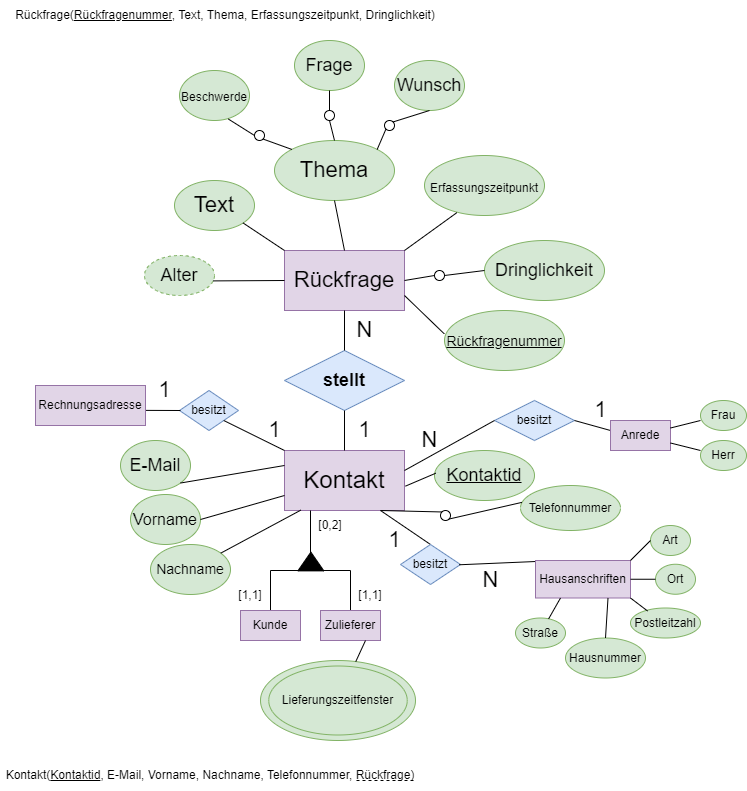
Before: beispiele/m3_11a_rueckfragen.png, a diagram exported from draw.io (moussaka-crypto/E-Canteen). Source tidied: cells renumbered, new cells last; positions are measured from the earlier drawing's top-left corner, leaving out a move shared by most shapes.
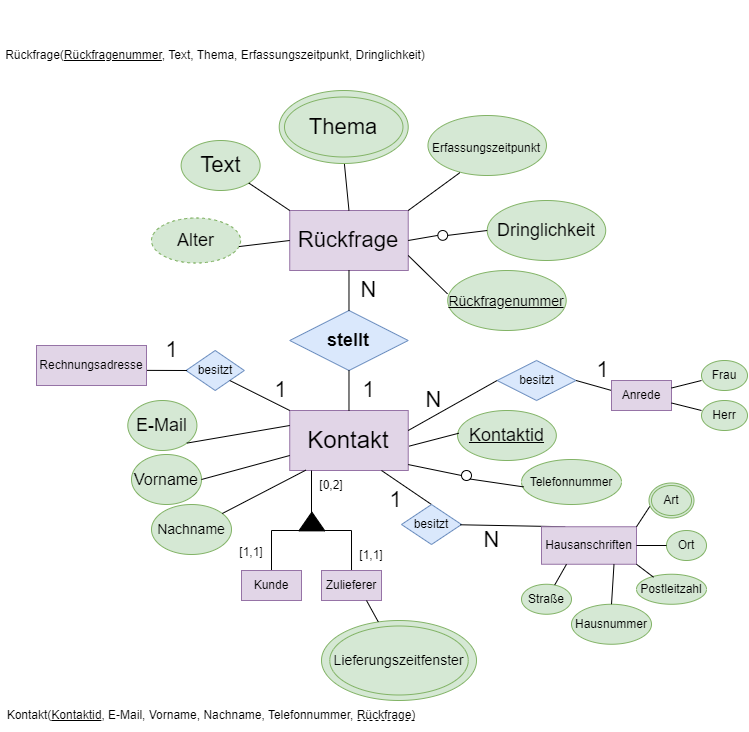
Later version of the same file.

What changed in the source:
```diff
@@ -4,16 +4,13 @@
     <mxCell id="1" parent="0" />
-    <mxCell id="2" value="Rückfrage(&lt;u&gt;Rückfragenummer&lt;/u&gt;, Text, Thema, Erfassungszeitpunkt, Dringlichkeit)" style="text;html=1;strokeColor=none;fillColor=none;align=center;verticalAlign=middle;whiteSpace=wrap;rounded=0;shadow=0;fontSize=12;" parent="1" vertex="1">
-      <mxGeometry x="10" width="430" height="30" as="geometry" />
-    </mxCell>
     <mxCell id="3" style="group;" parent="1" vertex="1">
-      <mxGeometry x="144" y="40" width="476" height="470" as="geometry" />
+      <mxGeometry x="150" y="40" width="470" height="470" as="geometry" />
     </mxCell>
     <mxCell id="4" value="&lt;font style=&quot;font-size: 22px;&quot;&gt;Rückfrage&lt;/font&gt;" style="rounded=0;whiteSpace=wrap;html=1;fillColor=#e1d5e7;strokeColor=#9673a6;" parent="3" vertex="1">
-      <mxGeometry x="140" y="210" width="120" height="60" as="geometry" />
+      <mxGeometry x="138.2" y="210" width="118.5" height="60" as="geometry" />
     </mxCell>
     <mxCell id="5" value="&lt;font style=&quot;font-size: 24px;&quot;&gt;Kontakt&lt;/font&gt;" style="rounded=0;whiteSpace=wrap;html=1;fillColor=#e1d5e7;strokeColor=#9673a6;" parent="3" vertex="1">
-      <mxGeometry x="140" y="410" width="120" height="60" as="geometry" />
+      <mxGeometry x="138.2" y="410" width="118.5" height="60" as="geometry" />
     </mxCell>
     <mxCell id="6" value="&lt;b&gt;&lt;font style=&quot;font-size: 18px;&quot;&gt;stellt&lt;/font&gt;&lt;/b&gt;" style="rhombus;whiteSpace=wrap;html=1;align=center;fillColor=#dae8fc;strokeColor=#6c8ebf;" parent="3" vertex="1">
-      <mxGeometry x="140" y="310" width="120" height="60" as="geometry" />
+      <mxGeometry x="138.2" y="310" width="118.5" height="60" as="geometry" />
     </mxCell>
@@ -24,3 +21,3 @@
       <mxGeometry relative="1" as="geometry">
-        <mxPoint x="200" y="310" as="sourcePoint" />
+        <mxPoint x="197.5" y="310" as="sourcePoint" />
       </mxGeometry>
@@ -28,21 +25,18 @@
     <mxCell id="9" value="1" style="text;html=1;align=center;verticalAlign=middle;strokeColor=none;fillColor=none;fontSize=22;" parent="3" vertex="1">
-      <mxGeometry x="200" y="370" width="40" height="40" as="geometry" />
+      <mxGeometry x="197.5" y="370" width="40" height="40" as="geometry" />
     </mxCell>
     <mxCell id="10" value="N" style="text;html=1;align=center;verticalAlign=middle;strokeColor=none;fillColor=none;fontSize=22;" parent="3" vertex="1">
-      <mxGeometry x="200" y="270" width="40" height="40" as="geometry" />
+      <mxGeometry x="197.5" y="270" width="40" height="40" as="geometry" />
     </mxCell>
     <mxCell id="11" value="Text" style="ellipse;whiteSpace=wrap;html=1;fontSize=22;fillColor=#d5e8d4;strokeColor=#82b366;" parent="3" vertex="1">
-      <mxGeometry x="30" y="140" width="80" height="50" as="geometry" />
+      <mxGeometry x="29.6" y="140" width="79" height="50" as="geometry" />
     </mxCell>
-    <mxCell id="12" value="Thema" style="ellipse;whiteSpace=wrap;html=1;fontSize=22;fillColor=#d5e8d4;strokeColor=#82b366;" parent="3" vertex="1">
-      <mxGeometry x="130" y="100" width="120" height="60" as="geometry" />
-    </mxCell>
     <mxCell id="13" value="&lt;font style=&quot;font-size: 12px;&quot;&gt;Erfassungszeitpunkt&lt;/font&gt;" style="ellipse;whiteSpace=wrap;html=1;fontSize=22;fillColor=#d5e8d4;strokeColor=#82b366;" parent="3" vertex="1">
-      <mxGeometry x="280" y="115" width="120" height="60" as="geometry" />
+      <mxGeometry x="276.5" y="115" width="118.5" height="60" as="geometry" />
     </mxCell>
     <mxCell id="14" value="&lt;font style=&quot;font-size: 18px;&quot;&gt;Dringlichkeit&lt;/font&gt;" style="ellipse;whiteSpace=wrap;html=1;fontSize=14;fillColor=#d5e8d4;strokeColor=#82b366;" parent="3" vertex="1">
-      <mxGeometry x="340" y="200" width="120" height="60" as="geometry" />
+      <mxGeometry x="335.7" y="200" width="118.5" height="60" as="geometry" />
     </mxCell>
     <mxCell id="15" style="ellipse;whiteSpace=wrap;html=1;fontSize=18;" parent="3" vertex="1">
-      <mxGeometry x="290" y="230" width="10" height="10" as="geometry" />
+      <mxGeometry x="286.3" y="230" width="9.8" height="9.8" as="geometry" />
     </mxCell>
@@ -55,3 +49,3 @@
     <mxCell id="18" value="&lt;font style=&quot;font-size: 14px;&quot;&gt;&lt;u&gt;Rückfragenummer&lt;/u&gt;&lt;/font&gt;" style="ellipse;whiteSpace=wrap;html=1;fontSize=18;fillColor=#d5e8d4;strokeColor=#82b366;" parent="3" vertex="1">
-      <mxGeometry x="300" y="270" width="120" height="60" as="geometry" />
+      <mxGeometry x="296.2" y="270" width="118.5" height="60" as="geometry" />
     </mxCell>
@@ -61,3 +55,3 @@
     <mxCell id="20" value="&lt;font style=&quot;font-size: 18px;&quot;&gt;Alter&lt;/font&gt;" style="ellipse;whiteSpace=wrap;html=1;fontSize=14;shadow=0;dashed=1;fillColor=#d5e8d4;strokeColor=#82b366;" parent="3" vertex="1">
-      <mxGeometry y="215" width="70" height="40" as="geometry" />
+      <mxGeometry y="217.5" width="89.1" height="45" as="geometry" />
     </mxCell>
@@ -75,43 +69,4 @@
     </mxCell>
-    <mxCell id="25" value="&lt;font style=&quot;font-size: 12px;&quot;&gt;Beschwerde&lt;/font&gt;" style="ellipse;whiteSpace=wrap;html=1;shadow=0;fontSize=18;fillColor=#d5e8d4;strokeColor=#82b366;" parent="3" vertex="1">
-      <mxGeometry x="35" y="30" width="70" height="50" as="geometry" />
-    </mxCell>
-    <mxCell id="26" value="Frage" style="ellipse;whiteSpace=wrap;html=1;shadow=0;fontSize=18;fillColor=#d5e8d4;strokeColor=#82b366;" parent="3" vertex="1">
-      <mxGeometry x="150" width="70" height="50" as="geometry" />
-    </mxCell>
-    <mxCell id="27" value="Wunsch" style="ellipse;whiteSpace=wrap;html=1;shadow=0;fontSize=18;fillColor=#d5e8d4;strokeColor=#82b366;" parent="3" vertex="1">
-      <mxGeometry x="250" y="20" width="70" height="50" as="geometry" />
-    </mxCell>
-    <mxCell id="28" style="ellipse;whiteSpace=wrap;html=1;fontSize=18;" parent="3" vertex="1">
-      <mxGeometry x="240" y="80" width="10" height="10" as="geometry" />
-    </mxCell>
-    <mxCell id="29" style="ellipse;whiteSpace=wrap;html=1;fontSize=18;" parent="3" vertex="1">
-      <mxGeometry x="180" y="70" width="10" height="10" as="geometry" />
-    </mxCell>
-    <mxCell id="30" style="group;" parent="3" vertex="1">
-      <mxGeometry x="110" y="90" width="10" height="10" as="geometry" />
-    </mxCell>
-    <mxCell id="31" style="ellipse;whiteSpace=wrap;html=1;fontSize=18;" parent="30" vertex="1">
-      <mxGeometry width="10" height="10" as="geometry" />
-    </mxCell>
-    <mxCell id="32" style="endArrow=none;html=1;rounded=0;fontSize=12;entryX=0.5;entryY=1;entryDx=0;entryDy=0;exitX=0.5;exitY=0;exitDx=0;exitDy=0;" parent="3" edge="1" source="12" target="29">
-      <mxGeometry relative="1" as="geometry" />
-    </mxCell>
-    <mxCell id="33" style="endArrow=none;html=1;rounded=0;fontSize=12;entryX=0.5;entryY=1;entryDx=0;entryDy=0;exitX=0.5;exitY=0;exitDx=0;exitDy=0;" parent="3" edge="1" source="29" target="26">
-      <mxGeometry relative="1" as="geometry" />
-    </mxCell>
-    <mxCell id="34" style="endArrow=none;html=1;rounded=0;fontSize=12;entryX=0;entryY=1;entryDx=0;entryDy=0;exitX=1;exitY=0;exitDx=0;exitDy=0;" parent="3" edge="1" source="12" target="28">
-      <mxGeometry relative="1" as="geometry" />
-    </mxCell>
-    <mxCell id="35" style="endArrow=none;html=1;rounded=0;fontSize=12;entryX=0.5;entryY=1;entryDx=0;entryDy=0;exitX=1;exitY=0;exitDx=0;exitDy=0;" parent="3" edge="1" source="28" target="27">
-      <mxGeometry relative="1" as="geometry" />
-    </mxCell>
-    <mxCell id="36" style="endArrow=none;html=1;rounded=0;fontSize=12;entryX=0;entryY=0;entryDx=0;entryDy=0;exitX=1;exitY=1;exitDx=0;exitDy=0;" parent="3" edge="1" source="31" target="12">
-      <mxGeometry relative="1" as="geometry" />
-    </mxCell>
-    <mxCell id="37" style="endArrow=none;html=1;rounded=0;fontSize=12;entryX=0.698;entryY=0.971;entryDx=0;entryDy=0;entryPerimeter=0;exitX=0;exitY=0.5;exitDx=0;exitDy=0;" parent="3" edge="1" source="31" target="25">
-      <mxGeometry relative="1" as="geometry" />
-    </mxCell>
     <mxCell id="38" value="&lt;font style=&quot;font-size: 18px;&quot;&gt;E-Mail&lt;/font&gt;" style="ellipse;whiteSpace=wrap;html=1;shadow=0;fontSize=12;fillColor=#d5e8d4;strokeColor=#82b366;" parent="3" vertex="1">
-      <mxGeometry x="-24" y="400" width="70" height="50" as="geometry" />
+      <mxGeometry x="-23.7" y="400" width="69.1" height="50" as="geometry" />
     </mxCell>
@@ -121,3 +76,3 @@
     <mxCell id="40" value="&lt;font style=&quot;font-size: 18px;&quot;&gt;&lt;u&gt;Kontaktid&lt;/u&gt;&lt;/font&gt;" style="ellipse;whiteSpace=wrap;html=1;shadow=0;fontSize=12;fillColor=#d5e8d4;strokeColor=#82b366;" parent="3" vertex="1">
-      <mxGeometry x="290" y="410" width="100" height="50" as="geometry" />
+      <mxGeometry x="306.1" y="410" width="98.7" height="50" as="geometry" />
     </mxCell>
@@ -127,3 +82,3 @@
     <mxCell id="42" value="besitzt" style="rhombus;whiteSpace=wrap;html=1;shadow=0;fontSize=12;fillColor=#dae8fc;strokeColor=#6c8ebf;" parent="3" vertex="1">
-      <mxGeometry x="350" y="360" width="80" height="40" as="geometry" />
+      <mxGeometry x="345.6" y="360" width="79" height="40" as="geometry" />
     </mxCell>
@@ -131,4 +86,4 @@
       <mxGeometry relative="1" as="geometry">
-        <mxPoint x="430" y="380" as="sourcePoint" />
-        <mxPoint x="466" y="390" as="targetPoint" />
+        <mxPoint x="424.6" y="380" as="sourcePoint" />
+        <mxPoint x="460.1" y="390" as="targetPoint" />
       </mxGeometry>
@@ -137,3 +92,3 @@
       <mxGeometry relative="1" as="geometry">
-        <mxPoint x="260" y="430" as="sourcePoint" />
+        <mxPoint x="256.7" y="430" as="sourcePoint" />
       </mxGeometry>
@@ -141,9 +96,9 @@
     <mxCell id="45" value="1" style="text;html=1;align=center;verticalAlign=middle;strokeColor=none;fillColor=none;fontSize=22;" parent="3" vertex="1">
-      <mxGeometry x="436" y="350" width="40" height="40" as="geometry" />
+      <mxGeometry x="430.5" y="350" width="40" height="40" as="geometry" />
     </mxCell>
     <mxCell id="46" value="N" style="text;html=1;align=center;verticalAlign=middle;strokeColor=none;fillColor=none;fontSize=22;" parent="3" vertex="1">
-      <mxGeometry x="265" y="380" width="40" height="40" as="geometry" />
+      <mxGeometry x="261.7" y="380" width="40" height="40" as="geometry" />
     </mxCell>
     <mxCell id="47" value="besitzt" style="rhombus;whiteSpace=wrap;html=1;shadow=0;fontSize=12;fillColor=#dae8fc;strokeColor=#6c8ebf;" parent="3" vertex="1">
-      <mxGeometry x="35" y="350" width="59" height="40" as="geometry" />
+      <mxGeometry x="34.6" y="350" width="58.3" height="40" as="geometry" />
     </mxCell>
@@ -154,3 +109,3 @@
       <mxGeometry relative="1" as="geometry">
-        <mxPoint x="36" y="370" as="targetPoint" />
+        <mxPoint x="35.5" y="370" as="targetPoint" />
       </mxGeometry>
@@ -158,3 +113,3 @@
     <mxCell id="50" value="1" style="text;html=1;align=center;verticalAlign=middle;strokeColor=none;fillColor=none;fontSize=22;" parent="3" vertex="1">
-      <mxGeometry x="110" y="370" width="40" height="40" as="geometry" />
+      <mxGeometry x="108.6" y="370" width="40" height="40" as="geometry" />
     </mxCell>
@@ -163,2 +118,14 @@
     </mxCell>
+    <mxCell id="101" style="group;" parent="3" vertex="1">
+      <mxGeometry x="127.7" y="90" width="129" height="73" as="geometry" />
+    </mxCell>
+    <mxCell id="102" style="ellipse;whiteSpace=wrap;html=1;fontSize=22;fillColor=#d5e8d4;strokeColor=#82b366;" parent="101" vertex="1">
+      <mxGeometry width="129" height="73" as="geometry" />
+    </mxCell>
+    <mxCell id="12" value="Thema" style="ellipse;whiteSpace=wrap;html=1;fontSize=22;fillColor=#d5e8d4;strokeColor=#82b366;" parent="101" vertex="1">
+      <mxGeometry x="5.3" y="6.5" width="118.5" height="60" as="geometry" />
+    </mxCell>
+    <mxCell id="2" value="Rückfrage(&lt;u&gt;Rückfragenummer&lt;/u&gt;, Text, Thema, Erfassungszeitpunkt, Dringlichkeit)" style="text;html=1;strokeColor=none;fillColor=none;align=center;verticalAlign=middle;whiteSpace=wrap;rounded=0;shadow=0;fontSize=12;" parent="3" vertex="1">
+      <mxGeometry x="-151.3" y="40" width="430" height="30" as="geometry" />
+    </mxCell>
     <mxCell id="52" value="&lt;font style=&quot;font-size: 14px;&quot;&gt;Nachname&lt;/font&gt;" style="ellipse;whiteSpace=wrap;html=1;shadow=0;fontSize=12;fillColor=#d5e8d4;strokeColor=#82b366;" parent="1" vertex="1">
@@ -173,13 +140,11 @@
     <mxCell id="55" value="&lt;font style=&quot;font-size: 12px;&quot;&gt;Telefonnummer&lt;/font&gt;" style="ellipse;whiteSpace=wrap;html=1;shadow=0;fontSize=12;fillColor=#d5e8d4;strokeColor=#82b366;" parent="1" vertex="1">
-      <mxGeometry x="520" y="485" width="100" height="45" as="geometry" />
+      <mxGeometry x="520" y="499" width="100" height="45" as="geometry" />
     </mxCell>
     <mxCell id="56" style="ellipse;whiteSpace=wrap;html=1;fontSize=18;" parent="1" vertex="1">
-      <mxGeometry x="440" y="510" width="10" height="10" as="geometry" />
+      <mxGeometry x="460" y="510" width="10" height="10" as="geometry" />
     </mxCell>
-    <mxCell id="57" style="endArrow=none;html=1;rounded=0;fontSize=12;exitX=0;exitY=0;exitDx=0;exitDy=0;" parent="1" edge="1" source="56">
-      <mxGeometry relative="1" as="geometry">
-        <mxPoint x="380" y="510" as="targetPoint" />
-      </mxGeometry>
+    <mxCell id="57" style="endArrow=none;html=1;rounded=0;fontSize=12;entryX=1;entryY=0.901;entryDx=0;entryDy=0;entryPerimeter=0;exitX=0;exitY=0.5;exitDx=0;exitDy=0;" parent="1" edge="1" source="56" target="5">
+      <mxGeometry relative="1" as="geometry" />
     </mxCell>
-    <mxCell id="58" style="endArrow=none;html=1;rounded=0;fontSize=12;exitX=1;exitY=1;exitDx=0;exitDy=0;entryX=0.014;entryY=0.375;entryDx=0;entryDy=0;entryPerimeter=0;" parent="1" edge="1" source="56" target="55">
+    <mxCell id="58" style="endArrow=none;html=1;rounded=0;fontSize=12;exitX=1;exitY=1;exitDx=0;exitDy=0;entryX=0.021;entryY=0.609;entryDx=0;entryDy=0;entryPerimeter=0;" parent="1" edge="1" source="56" target="55">
       <mxGeometry relative="1" as="geometry" />
@@ -217,5 +182,4 @@
     </mxCell>
-    <mxCell id="66" style="endArrow=none;html=1;rounded=0;fontSize=12;" parent="1" edge="1">
+    <mxCell id="66" style="endArrow=none;html=1;rounded=0;fontSize=12;exitX=0.167;exitY=1;exitDx=0;exitDy=0;exitPerimeter=0;" parent="1" edge="1" source="72">
       <mxGeometry relative="1" as="geometry">
-        <mxPoint x="350" y="610" as="sourcePoint" />
         <mxPoint x="350" y="570" as="targetPoint" />
@@ -223,5 +187,4 @@
     </mxCell>
-    <mxCell id="67" style="endArrow=none;html=1;rounded=0;fontSize=12;" parent="1" edge="1">
+    <mxCell id="67" style="endArrow=none;html=1;rounded=0;fontSize=12;exitX=0.5;exitY=0;exitDx=0;exitDy=0;" parent="1" edge="1" source="68">
       <mxGeometry relative="1" as="geometry">
-        <mxPoint x="270" y="610" as="sourcePoint" />
         <mxPoint x="270" y="570" as="targetPoint" />
@@ -229,5 +192,2 @@
     </mxCell>
-    <mxCell id="68" value="Kunde" style="rounded=0;whiteSpace=wrap;html=1;shadow=0;fontSize=12;fillColor=#e1d5e7;strokeColor=#9673a6;" parent="1" vertex="1">
-      <mxGeometry x="240" y="610" width="60" height="30" as="geometry" />
-    </mxCell>
     <mxCell id="69" value="Zulieferer" style="rounded=0;whiteSpace=wrap;html=1;shadow=0;fontSize=12;fillColor=#e1d5e7;strokeColor=#9673a6;" parent="1" vertex="1">
@@ -239,3 +199,3 @@
     <mxCell id="71" value="[1,1]" style="text;html=1;strokeColor=none;fillColor=none;align=center;verticalAlign=middle;whiteSpace=wrap;rounded=0;shadow=0;fontSize=12;" parent="1" vertex="1">
-      <mxGeometry x="220" y="580" width="60" height="30" as="geometry" />
+      <mxGeometry x="220" y="577" width="60" height="30" as="geometry" />
     </mxCell>
@@ -245,3 +205,3 @@
     <mxCell id="73" style="group;" parent="1" vertex="1">
-      <mxGeometry x="260" y="660" width="155" height="80" as="geometry" />
+      <mxGeometry x="320" y="660" width="155" height="80" as="geometry" />
     </mxCell>
@@ -250,3 +210,3 @@
     </mxCell>
-    <mxCell id="75" value="Lieferungszeitfenster" style="ellipse;whiteSpace=wrap;html=1;shadow=0;fontSize=12;fillColor=#d5e8d4;strokeColor=#82b366;" parent="73" vertex="1">
+    <mxCell id="75" value="&lt;font style=&quot;font-size: 14px;&quot;&gt;Lieferungszeitfenster&lt;/font&gt;" style="ellipse;whiteSpace=wrap;html=1;shadow=0;fontSize=12;fillColor=#d5e8d4;strokeColor=#82b366;" parent="73" vertex="1">
       <mxGeometry x="8.2" y="5.5" width="138.5" height="69" as="geometry" />
@@ -283,3 +243,3 @@
     <mxCell id="85" style="group;" parent="1" vertex="1">
-      <mxGeometry x="515" y="560" width="185" height="117.5" as="geometry" />
+      <mxGeometry x="520" y="566.2" width="185" height="117.5" as="geometry" />
     </mxCell>
@@ -298,3 +258,3 @@
     <mxCell id="90" value="Ort" style="ellipse;whiteSpace=wrap;html=1;shadow=0;fontSize=12;fillColor=#d5e8d4;strokeColor=#82b366;" parent="85" vertex="1">
-      <mxGeometry x="140" y="3.8" width="40" height="30" as="geometry" />
+      <mxGeometry x="145" y="3.8" width="40" height="30" as="geometry" />
     </mxCell>
@@ -319,3 +279,3 @@
     <mxCell id="95" style="group;" parent="1" vertex="1">
-      <mxGeometry y="760" width="420" height="30" as="geometry" />
+      <mxGeometry y="740" width="420" height="30" as="geometry" />
     </mxCell>
@@ -330,6 +290,3 @@
     </mxCell>
-    <mxCell id="98" value="Art" style="ellipse;whiteSpace=wrap;html=1;shadow=0;fontSize=12;fillColor=#d5e8d4;strokeColor=#82b366;" parent="1" vertex="1">
-      <mxGeometry x="650" y="525" width="40" height="30" as="geometry" />
-    </mxCell>
-    <mxCell id="99" style="endArrow=none;html=1;rounded=0;fontSize=12;entryX=0;entryY=0.5;entryDx=0;entryDy=0;exitX=1;exitY=0;exitDx=0;exitDy=0;" parent="1" edge="1" source="86" target="98">
+    <mxCell id="99" style="endArrow=none;html=1;rounded=0;fontSize=12;entryX=0.018;entryY=0.668;entryDx=0;entryDy=0;exitX=1;exitY=0;exitDx=0;exitDy=0;entryPerimeter=0;" parent="1" edge="1" source="86" target="104">
       <mxGeometry relative="1" as="geometry" />
@@ -339,2 +296,14 @@
     </mxCell>
+    <mxCell id="103" style="group;" parent="1" vertex="1">
+      <mxGeometry x="647.5" y="522.5" width="45" height="35" as="geometry" />
+    </mxCell>
+    <mxCell id="104" style="ellipse;whiteSpace=wrap;html=1;shadow=0;fontSize=12;fillColor=#d5e8d4;strokeColor=#82b366;" parent="103" vertex="1">
+      <mxGeometry width="45" height="35" as="geometry" />
+    </mxCell>
+    <mxCell id="98" value="Art" style="ellipse;whiteSpace=wrap;html=1;shadow=0;fontSize=12;fillColor=#d5e8d4;strokeColor=#82b366;" parent="103" vertex="1">
+      <mxGeometry x="2.5" y="2.5" width="40" height="30" as="geometry" />
+    </mxCell>
+    <mxCell id="68" value="Kunde" style="rounded=0;whiteSpace=wrap;html=1;shadow=0;fontSize=12;fillColor=#e1d5e7;strokeColor=#9673a6;" parent="1" vertex="1">
+      <mxGeometry x="240" y="610" width="60" height="30" as="geometry" />
+    </mxCell>
   </root>
```
